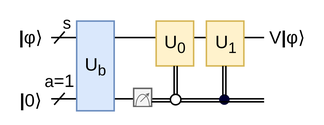
Above: images/state.svg in BQSKit/bqskit-tutorial (draw.io), before the change. Source tidied: cells renumbered, new cells last; positions are measured from the earlier drawing's top-left corner, leaving out a move shared by most shapes. Its diagram source:
```xml
<mxGraphModel>
  <root>
    <mxCell id="0" />
    <mxCell id="1" parent="0" />
    <mxCell id="2" style="endArrow=none;html=1;rounded=0;fontSize=6;fontColor=#FF0000;targetPerimeterSpacing=-2;" parent="1" edge="1">
      <mxGeometry relative="1" as="geometry">
        <mxPoint x="34" y="25" as="sourcePoint" />
        <mxPoint x="176" y="25" as="targetPoint" />
      </mxGeometry>
    </mxCell>
    <mxCell id="3" style="endArrow=none;html=1;rounded=0;fontSize=6;fontColor=#FF0000;endSize=8;" parent="1" edge="1">
      <mxGeometry relative="1" as="geometry">
        <mxPoint x="34" y="66" as="sourcePoint" />
        <mxPoint x="176" y="66" as="targetPoint" />
      </mxGeometry>
    </mxCell>
    <mxCell id="4" value="U&lt;sub&gt;b&lt;/sub&gt;" style="rounded=0;whiteSpace=wrap;html=1;fillColor=#dae8fc;strokeColor=#6c8ebf;" parent="1" vertex="1">
      <mxGeometry x="51" y="14" width="25" height="60" as="geometry" />
    </mxCell>
    <mxCell id="5" style="edgeStyle=orthogonalEdgeStyle;rounded=0;orthogonalLoop=1;jettySize=auto;html=1;exitX=0.5;exitY=1;exitDx=0;exitDy=0;" parent="1" edge="1">
      <mxGeometry relative="1" as="geometry">
        <mxPoint x="63.5" y="75" as="sourcePoint" />
        <mxPoint x="63.5" y="75" as="targetPoint" />
      </mxGeometry>
    </mxCell>
    <mxCell id="6" style="group;" parent="1" vertex="1">
      <mxGeometry x="89" y="59" width="12" height="12" as="geometry" />
    </mxCell>
    <mxCell id="7" style="rounded=0;whiteSpace=wrap;html=1;fillColor=#f5f5f5;strokeColor=#666666;fontColor=#333333;" parent="6" vertex="1">
      <mxGeometry width="12" height="12" as="geometry" />
    </mxCell>
    <mxCell id="8" style="verticalLabelPosition=bottom;verticalAlign=top;html=1;shape=mxgraph.basic.half_circle;rotation=-180;fillColor=#f5f5f5;fontColor=#333333;strokeColor=#666666;strokeWidth=0.5;" parent="6" vertex="1">
      <mxGeometry x="1.5" y="4" width="9" height="8" as="geometry" />
    </mxCell>
    <mxCell id="9" style="endArrow=classic;html=1;rounded=0;fillColor=#f5f5f5;strokeColor=#666666;strokeWidth=0.5;endSize=1;" parent="6" edge="1">
      <mxGeometry relative="1" as="geometry">
        <mxPoint x="4.5" y="9" as="sourcePoint" />
        <mxPoint x="10.5" y="3" as="targetPoint" />
      </mxGeometry>
    </mxCell>
    <mxCell id="10" value="&lt;span lang=&quot;en&quot; class=&quot;BxUVEf ILfuVd&quot;&gt;&lt;span class=&quot;hgKElc&quot;&gt;&lt;span&gt;&lt;span&gt;&lt;b&gt;|&lt;/b&gt;&lt;/span&gt;&lt;/span&gt;&lt;/span&gt;&lt;/span&gt;φ&lt;span lang=&quot;en&quot; class=&quot;BxUVEf ILfuVd&quot;&gt;&lt;span class=&quot;hgKElc&quot;&gt;&lt;span&gt;&lt;span&gt;⟩&lt;/span&gt;&lt;/span&gt;&lt;/span&gt;&lt;/span&gt;" style="text;html=1;align=center;verticalAlign=middle;strokeColor=none;fillColor=none;" parent="1" vertex="1">
      <mxGeometry y="10" width="40" height="30" as="geometry" />
    </mxCell>
    <mxCell id="11" value="&lt;span lang=&quot;en&quot; class=&quot;BxUVEf ILfuVd&quot;&gt;&lt;span class=&quot;hgKElc&quot;&gt;&lt;span&gt;&lt;span&gt;&lt;b&gt;|&lt;/b&gt;&lt;span tabindex=&quot;0&quot; role=&quot;tooltip&quot;&gt;&lt;span tabindex=&quot;0&quot; role=&quot;button&quot; class=&quot;c5aZPb&quot;&gt;&lt;span class=&quot;JPfdse&quot;&gt;0&lt;/span&gt;&lt;/span&gt;&lt;/span&gt;⟩&lt;/span&gt;&lt;/span&gt;&lt;/span&gt;&lt;/span&gt;" style="text;html=1;align=center;verticalAlign=middle;strokeColor=none;fillColor=none;" parent="1" vertex="1">
      <mxGeometry y="52" width="40" height="30" as="geometry" />
    </mxCell>
    <mxCell id="12" style="endArrow=none;html=1;rounded=0;" parent="1" edge="1">
      <mxGeometry relative="1" as="geometry">
        <mxPoint x="36" y="29" as="sourcePoint" />
        <mxPoint x="43" y="21" as="targetPoint" />
      </mxGeometry>
    </mxCell>
    <mxCell id="13" style="endArrow=none;html=1;rounded=0;" parent="1" edge="1">
      <mxGeometry relative="1" as="geometry">
        <mxPoint x="36" y="70" as="sourcePoint" />
        <mxPoint x="43" y="62" as="targetPoint" />
      </mxGeometry>
    </mxCell>
    <mxCell id="14" value="&lt;font style=&quot;font-size: 11px;&quot;&gt;s&lt;/font&gt;" style="text;html=1;align=center;verticalAlign=middle;strokeColor=none;fillColor=none;" parent="1" vertex="1">
      <mxGeometry x="29" width="30" height="30" as="geometry" />
    </mxCell>
    <mxCell id="15" value="&lt;span lang=&quot;en&quot; class=&quot;BxUVEf ILfuVd&quot;&gt;&lt;span class=&quot;hgKElc&quot;&gt;&lt;span&gt;&lt;span&gt;V&lt;b&gt;|&lt;/b&gt;&lt;/span&gt;&lt;/span&gt;&lt;/span&gt;&lt;/span&gt;φ&lt;span lang=&quot;en&quot; class=&quot;BxUVEf ILfuVd&quot;&gt;&lt;span class=&quot;hgKElc&quot;&gt;&lt;span&gt;&lt;span&gt;⟩&lt;/span&gt;&lt;/span&gt;&lt;/span&gt;&lt;/span&gt;" style="text;html=1;align=center;verticalAlign=middle;strokeColor=none;fillColor=none;" parent="1" vertex="1">
      <mxGeometry x="166" y="10" width="50" height="30" as="geometry" />
    </mxCell>
    <mxCell id="16" style="ellipse;whiteSpace=wrap;html=1;fontSize=12;fillColor=#000033;strokeWidth=0;" parent="1" vertex="1">
      <mxGeometry x="146" y="63" width="7" height="7" as="geometry" />
    </mxCell>
    <mxCell id="17" value="U&lt;sub&gt;1&lt;/sub&gt;" style="rounded=0;whiteSpace=wrap;html=1;fillColor=#fff2cc;strokeColor=#d6b656;" parent="1" vertex="1">
      <mxGeometry x="137.5" y="14" width="25" height="30" as="geometry" />
    </mxCell>
    <mxCell id="18" style="endArrow=none;html=1;rounded=0;exitX=0.5;exitY=0;exitDx=0;exitDy=0;entryX=0.5;entryY=1;entryDx=0;entryDy=0;endSize=6;" parent="1" edge="1">
      <mxGeometry relative="1" as="geometry">
        <mxPoint x="148.5" y="64" as="sourcePoint" />
        <mxPoint x="148.5" y="44" as="targetPoint" />
      </mxGeometry>
    </mxCell>
    <mxCell id="19" style="endArrow=none;html=1;rounded=0;exitX=0.5;exitY=0;exitDx=0;exitDy=0;entryX=0.5;entryY=1;entryDx=0;entryDy=0;endSize=6;" parent="1" edge="1">
      <mxGeometry relative="1" as="geometry">
        <mxPoint x="150.5" y="64" as="sourcePoint" />
        <mxPoint x="150.5" y="44" as="targetPoint" />
      </mxGeometry>
    </mxCell>
    <mxCell id="20" value="U&lt;sub&gt;0&lt;/sub&gt;" style="rounded=0;whiteSpace=wrap;html=1;fillColor=#fff2cc;strokeColor=#d6b656;" parent="1" vertex="1">
      <mxGeometry x="104" y="14" width="25" height="30" as="geometry" />
    </mxCell>
    <mxCell id="21" style="endArrow=none;html=1;rounded=0;exitX=0.5;exitY=0;exitDx=0;exitDy=0;entryX=0.5;entryY=1;entryDx=0;entryDy=0;" parent="1" edge="1">
      <mxGeometry relative="1" as="geometry">
        <mxPoint x="116" y="63" as="sourcePoint" />
        <mxPoint x="116" y="44" as="targetPoint" />
      </mxGeometry>
    </mxCell>
    <mxCell id="22" style="endArrow=none;html=1;rounded=0;exitX=0.5;exitY=0;exitDx=0;exitDy=0;entryX=0.5;entryY=1;entryDx=0;entryDy=0;" parent="1" edge="1">
      <mxGeometry relative="1" as="geometry">
        <mxPoint x="118" y="63" as="sourcePoint" />
        <mxPoint x="118" y="44" as="targetPoint" />
      </mxGeometry>
    </mxCell>
    <mxCell id="23" style="endArrow=none;html=1;rounded=0;" parent="1" edge="1">
      <mxGeometry relative="1" as="geometry">
        <mxPoint x="101" y="68" as="sourcePoint" />
        <mxPoint x="176" y="68" as="targetPoint" />
      </mxGeometry>
    </mxCell>
    <mxCell id="24" style="ellipse;whiteSpace=wrap;html=1;fontSize=12;" parent="1" vertex="1">
      <mxGeometry x="113.5" y="63" width="7" height="7" as="geometry" />
    </mxCell>
    <mxCell id="25" value="&lt;font style=&quot;font-size: 11px;&quot;&gt;a&lt;/font&gt;=1" style="text;html=1;align=center;verticalAlign=middle;strokeColor=none;fillColor=none;" parent="1" vertex="1">
      <mxGeometry x="19" y="39" width="40" height="30" as="geometry" />
    </mxCell>
  </root>
</mxGraphModel>
```
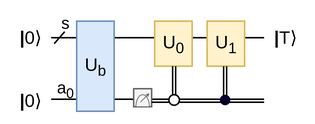
Later version of the same file.

Change to the diagram source:
```diff
@@ -4,27 +4,24 @@
     <mxCell id="1" parent="0" />
     <mxCell id="2" style="endArrow=none;html=1;rounded=0;fontSize=6;fontColor=#FF0000;targetPerimeterSpacing=-2;" parent="1" edge="1">
       <mxGeometry relative="1" as="geometry">
-        <mxPoint x="34" y="25" as="sourcePoint" />
-        <mxPoint x="176" y="25" as="targetPoint" />
+        <mxPoint x="-189" y="25" as="sourcePoint" />
+        <mxPoint x="-47" y="25" as="targetPoint" />
       </mxGeometry>
     </mxCell>
     <mxCell id="3" style="endArrow=none;html=1;rounded=0;fontSize=6;fontColor=#FF0000;endSize=8;" parent="1" edge="1">
       <mxGeometry relative="1" as="geometry">
-        <mxPoint x="34" y="66" as="sourcePoint" />
-        <mxPoint x="176" y="66" as="targetPoint" />
+        <mxPoint x="-189" y="66" as="sourcePoint" />
+        <mxPoint x="-47" y="66" as="targetPoint" />
       </mxGeometry>
     </mxCell>
     <mxCell id="4" value="U&lt;sub&gt;b&lt;/sub&gt;" style="rounded=0;whiteSpace=wrap;html=1;fillColor=#dae8fc;strokeColor=#6c8ebf;" parent="1" vertex="1">
-      <mxGeometry x="51" y="14" width="25" height="60" as="geometry" />
+      <mxGeometry x="-172" y="14" width="25" height="60" as="geometry" />
     </mxCell>
-    <mxCell id="5" style="edgeStyle=orthogonalEdgeStyle;rounded=0;orthogonalLoop=1;jettySize=auto;html=1;exitX=0.5;exitY=1;exitDx=0;exitDy=0;" parent="1" edge="1">
-      <mxGeometry relative="1" as="geometry">
-        <mxPoint x="63.5" y="75" as="sourcePoint" />
-        <mxPoint x="63.5" y="75" as="targetPoint" />
-      </mxGeometry>
+    <mxCell id="5" style="edgeStyle=orthogonalEdgeStyle;rounded=0;orthogonalLoop=1;jettySize=auto;html=1;exitX=0.5;exitY=1;exitDx=0;exitDy=0;" parent="1" edge="1" source="4" target="4">
+      <mxGeometry relative="1" as="geometry" />
     </mxCell>
     <mxCell id="6" style="group;" parent="1" vertex="1">
-      <mxGeometry x="89" y="59" width="12" height="12" as="geometry" />
+      <mxGeometry x="-134" y="59" width="12" height="12" as="geometry" />
     </mxCell>
     <mxCell id="7" style="rounded=0;whiteSpace=wrap;html=1;fillColor=#f5f5f5;strokeColor=#666666;fontColor=#333333;" parent="6" vertex="1">
       <mxGeometry width="12" height="12" as="geometry" />
@@ -38,74 +35,68 @@
         <mxPoint x="10.5" y="3" as="targetPoint" />
       </mxGeometry>
     </mxCell>
-    <mxCell id="10" value="&lt;span lang=&quot;en&quot; class=&quot;BxUVEf ILfuVd&quot;&gt;&lt;span class=&quot;hgKElc&quot;&gt;&lt;span&gt;&lt;span&gt;&lt;b&gt;|&lt;/b&gt;&lt;/span&gt;&lt;/span&gt;&lt;/span&gt;&lt;/span&gt;φ&lt;span lang=&quot;en&quot; class=&quot;BxUVEf ILfuVd&quot;&gt;&lt;span class=&quot;hgKElc&quot;&gt;&lt;span&gt;&lt;span&gt;⟩&lt;/span&gt;&lt;/span&gt;&lt;/span&gt;&lt;/span&gt;" style="text;html=1;align=center;verticalAlign=middle;strokeColor=none;fillColor=none;" parent="1" vertex="1">
-      <mxGeometry y="10" width="40" height="30" as="geometry" />
+    <mxCell id="10" value="U&lt;sub&gt;0&lt;/sub&gt;" style="rounded=0;whiteSpace=wrap;html=1;fillColor=#fff2cc;strokeColor=#d6b656;" parent="1" vertex="1">
+      <mxGeometry x="-120" y="14" width="25" height="30" as="geometry" />
     </mxCell>
     <mxCell id="11" value="&lt;span lang=&quot;en&quot; class=&quot;BxUVEf ILfuVd&quot;&gt;&lt;span class=&quot;hgKElc&quot;&gt;&lt;span&gt;&lt;span&gt;&lt;b&gt;|&lt;/b&gt;&lt;span tabindex=&quot;0&quot; role=&quot;tooltip&quot;&gt;&lt;span tabindex=&quot;0&quot; role=&quot;button&quot; class=&quot;c5aZPb&quot;&gt;&lt;span class=&quot;JPfdse&quot;&gt;0&lt;/span&gt;&lt;/span&gt;&lt;/span&gt;⟩&lt;/span&gt;&lt;/span&gt;&lt;/span&gt;&lt;/span&gt;" style="text;html=1;align=center;verticalAlign=middle;strokeColor=none;fillColor=none;" parent="1" vertex="1">
-      <mxGeometry y="52" width="40" height="30" as="geometry" />
+      <mxGeometry x="-223" y="10" width="40" height="30" as="geometry" />
     </mxCell>
-    <mxCell id="12" style="endArrow=none;html=1;rounded=0;" parent="1" edge="1">
+    <mxCell id="12" style="endArrow=none;html=1;rounded=0;exitX=0.5;exitY=0;exitDx=0;exitDy=0;entryX=0.5;entryY=1;entryDx=0;entryDy=0;" parent="1" edge="1">
       <mxGeometry relative="1" as="geometry">
-        <mxPoint x="36" y="29" as="sourcePoint" />
-        <mxPoint x="43" y="21" as="targetPoint" />
+        <mxPoint x="-108" y="63" as="sourcePoint" />
+        <mxPoint x="-108" y="44" as="targetPoint" />
       </mxGeometry>
     </mxCell>
-    <mxCell id="13" style="endArrow=none;html=1;rounded=0;" parent="1" edge="1">
-      <mxGeometry relative="1" as="geometry">
-        <mxPoint x="36" y="70" as="sourcePoint" />
-        <mxPoint x="43" y="62" as="targetPoint" />
-      </mxGeometry>
+    <mxCell id="13" style="ellipse;whiteSpace=wrap;html=1;fontSize=12;fillColor=#000033;strokeWidth=0;" parent="1" vertex="1">
+      <mxGeometry x="-76.5" y="63" width="7" height="7" as="geometry" />
     </mxCell>
-    <mxCell id="14" value="&lt;font style=&quot;font-size: 11px;&quot;&gt;s&lt;/font&gt;" style="text;html=1;align=center;verticalAlign=middle;strokeColor=none;fillColor=none;" parent="1" vertex="1">
-      <mxGeometry x="29" width="30" height="30" as="geometry" />
+    <mxCell id="14" value="U&lt;sub&gt;1&lt;/sub&gt;" style="rounded=0;whiteSpace=wrap;html=1;fillColor=#fff2cc;strokeColor=#d6b656;" parent="1" vertex="1">
+      <mxGeometry x="-85" y="14" width="25" height="30" as="geometry" />
     </mxCell>
-    <mxCell id="15" value="&lt;span lang=&quot;en&quot; class=&quot;BxUVEf ILfuVd&quot;&gt;&lt;span class=&quot;hgKElc&quot;&gt;&lt;span&gt;&lt;span&gt;V&lt;b&gt;|&lt;/b&gt;&lt;/span&gt;&lt;/span&gt;&lt;/span&gt;&lt;/span&gt;φ&lt;span lang=&quot;en&quot; class=&quot;BxUVEf ILfuVd&quot;&gt;&lt;span class=&quot;hgKElc&quot;&gt;&lt;span&gt;&lt;span&gt;⟩&lt;/span&gt;&lt;/span&gt;&lt;/span&gt;&lt;/span&gt;" style="text;html=1;align=center;verticalAlign=middle;strokeColor=none;fillColor=none;" parent="1" vertex="1">
-      <mxGeometry x="166" y="10" width="50" height="30" as="geometry" />
+    <mxCell id="15" style="endArrow=none;html=1;rounded=0;exitX=0.5;exitY=0;exitDx=0;exitDy=0;entryX=0.5;entryY=1;entryDx=0;entryDy=0;endSize=6;" parent="1" edge="1">
+      <mxGeometry relative="1" as="geometry">
+        <mxPoint x="-74" y="64" as="sourcePoint" />
+        <mxPoint x="-74" y="44" as="targetPoint" />
+      </mxGeometry>
     </mxCell>
-    <mxCell id="16" style="ellipse;whiteSpace=wrap;html=1;fontSize=12;fillColor=#000033;strokeWidth=0;" parent="1" vertex="1">
-      <mxGeometry x="146" y="63" width="7" height="7" as="geometry" />
+    <mxCell id="16" value="&lt;span lang=&quot;en&quot; class=&quot;BxUVEf ILfuVd&quot;&gt;&lt;span class=&quot;hgKElc&quot;&gt;&lt;span&gt;&lt;span&gt;&lt;b&gt;|&lt;/b&gt;&lt;span tabindex=&quot;0&quot; role=&quot;tooltip&quot;&gt;&lt;span tabindex=&quot;0&quot; role=&quot;button&quot; class=&quot;c5aZPb&quot;&gt;&lt;span class=&quot;JPfdse&quot;&gt;T&lt;/span&gt;&lt;/span&gt;&lt;/span&gt;⟩&lt;/span&gt;&lt;/span&gt;&lt;/span&gt;&lt;/span&gt;" style="text;html=1;align=center;verticalAlign=middle;strokeColor=none;fillColor=none;" parent="1" vertex="1">
+      <mxGeometry x="-53" y="10" width="40" height="30" as="geometry" />
     </mxCell>
-    <mxCell id="17" value="U&lt;sub&gt;1&lt;/sub&gt;" style="rounded=0;whiteSpace=wrap;html=1;fillColor=#fff2cc;strokeColor=#d6b656;" parent="1" vertex="1">
-      <mxGeometry x="137.5" y="14" width="25" height="30" as="geometry" />
+    <mxCell id="17" style="endArrow=none;html=1;rounded=0;exitX=0.5;exitY=0;exitDx=0;exitDy=0;entryX=0.5;entryY=1;entryDx=0;entryDy=0;" parent="1" edge="1">
+      <mxGeometry relative="1" as="geometry">
+        <mxPoint x="-106" y="63" as="sourcePoint" />
+        <mxPoint x="-106" y="44" as="targetPoint" />
+      </mxGeometry>
     </mxCell>
     <mxCell id="18" style="endArrow=none;html=1;rounded=0;exitX=0.5;exitY=0;exitDx=0;exitDy=0;entryX=0.5;entryY=1;entryDx=0;entryDy=0;endSize=6;" parent="1" edge="1">
       <mxGeometry relative="1" as="geometry">
-        <mxPoint x="148.5" y="64" as="sourcePoint" />
-        <mxPoint x="148.5" y="44" as="targetPoint" />
+        <mxPoint x="-72" y="64" as="sourcePoint" />
+        <mxPoint x="-72" y="44" as="targetPoint" />
       </mxGeometry>
     </mxCell>
-    <mxCell id="19" style="endArrow=none;html=1;rounded=0;exitX=0.5;exitY=0;exitDx=0;exitDy=0;entryX=0.5;entryY=1;entryDx=0;entryDy=0;endSize=6;" parent="1" edge="1">
-      <mxGeometry relative="1" as="geometry">
-        <mxPoint x="150.5" y="64" as="sourcePoint" />
-        <mxPoint x="150.5" y="44" as="targetPoint" />
-      </mxGeometry>
+    <mxCell id="19" value="&lt;span lang=&quot;en&quot; class=&quot;BxUVEf ILfuVd&quot;&gt;&lt;span class=&quot;hgKElc&quot;&gt;&lt;span&gt;&lt;span&gt;&lt;b&gt;|&lt;/b&gt;&lt;span tabindex=&quot;0&quot; role=&quot;tooltip&quot;&gt;&lt;span tabindex=&quot;0&quot; role=&quot;button&quot; class=&quot;c5aZPb&quot;&gt;&lt;span class=&quot;JPfdse&quot;&gt;0&lt;/span&gt;&lt;/span&gt;&lt;/span&gt;⟩&lt;/span&gt;&lt;/span&gt;&lt;/span&gt;&lt;/span&gt;" style="text;html=1;align=center;verticalAlign=middle;strokeColor=none;fillColor=none;" parent="1" vertex="1">
+      <mxGeometry x="-223" y="52" width="40" height="30" as="geometry" />
     </mxCell>
-    <mxCell id="20" value="U&lt;sub&gt;0&lt;/sub&gt;" style="rounded=0;whiteSpace=wrap;html=1;fillColor=#fff2cc;strokeColor=#d6b656;" parent="1" vertex="1">
-      <mxGeometry x="104" y="14" width="25" height="30" as="geometry" />
+    <mxCell id="20" style="endArrow=none;html=1;rounded=0;" parent="1" edge="1">
+      <mxGeometry relative="1" as="geometry">
+        <mxPoint x="-187" y="29" as="sourcePoint" />
+        <mxPoint x="-180" y="21" as="targetPoint" />
+      </mxGeometry>
     </mxCell>
-    <mxCell id="21" style="endArrow=none;html=1;rounded=0;exitX=0.5;exitY=0;exitDx=0;exitDy=0;entryX=0.5;entryY=1;entryDx=0;entryDy=0;" parent="1" edge="1">
-      <mxGeometry relative="1" as="geometry">
-        <mxPoint x="116" y="63" as="sourcePoint" />
-        <mxPoint x="116" y="44" as="targetPoint" />
-      </mxGeometry>
+    <mxCell id="21" value="&lt;font style=&quot;font-size: 11px;&quot;&gt;s&lt;/font&gt;" style="text;html=1;align=center;verticalAlign=middle;strokeColor=none;fillColor=none;" parent="1" vertex="1">
+      <mxGeometry x="-195" width="30" height="30" as="geometry" />
     </mxCell>
-    <mxCell id="22" style="endArrow=none;html=1;rounded=0;exitX=0.5;exitY=0;exitDx=0;exitDy=0;entryX=0.5;entryY=1;entryDx=0;entryDy=0;" parent="1" edge="1">
+    <mxCell id="22" style="endArrow=none;html=1;rounded=0;" parent="1" edge="1">
       <mxGeometry relative="1" as="geometry">
-        <mxPoint x="118" y="63" as="sourcePoint" />
-        <mxPoint x="118" y="44" as="targetPoint" />
+        <mxPoint x="-122" y="68" as="sourcePoint" />
+        <mxPoint x="-47" y="68" as="targetPoint" />
       </mxGeometry>
     </mxCell>
-    <mxCell id="23" style="endArrow=none;html=1;rounded=0;" parent="1" edge="1">
-      <mxGeometry relative="1" as="geometry">
-        <mxPoint x="101" y="68" as="sourcePoint" />
-        <mxPoint x="176" y="68" as="targetPoint" />
-      </mxGeometry>
+    <mxCell id="23" style="ellipse;whiteSpace=wrap;html=1;fontSize=12;" parent="1" vertex="1">
+      <mxGeometry x="-110.5" y="63" width="7" height="7" as="geometry" />
     </mxCell>
-    <mxCell id="24" style="ellipse;whiteSpace=wrap;html=1;fontSize=12;" parent="1" vertex="1">
-      <mxGeometry x="113.5" y="63" width="7" height="7" as="geometry" />
+    <mxCell id="24" value="&lt;font style=&quot;font-size: 11px;&quot;&gt;a&lt;sub&gt;0&lt;/sub&gt;&lt;/font&gt;" style="text;html=1;align=center;verticalAlign=middle;strokeColor=none;fillColor=none;" parent="1" vertex="1">
+      <mxGeometry x="-195" y="44" width="30" height="30" as="geometry" />
     </mxCell>
-    <mxCell id="25" value="&lt;font style=&quot;font-size: 11px;&quot;&gt;a&lt;/font&gt;=1" style="text;html=1;align=center;verticalAlign=middle;strokeColor=none;fillColor=none;" parent="1" vertex="1">
-      <mxGeometry x="19" y="39" width="40" height="30" as="geometry" />
-    </mxCell>
   </root>
 </mxGraphModel>
```
